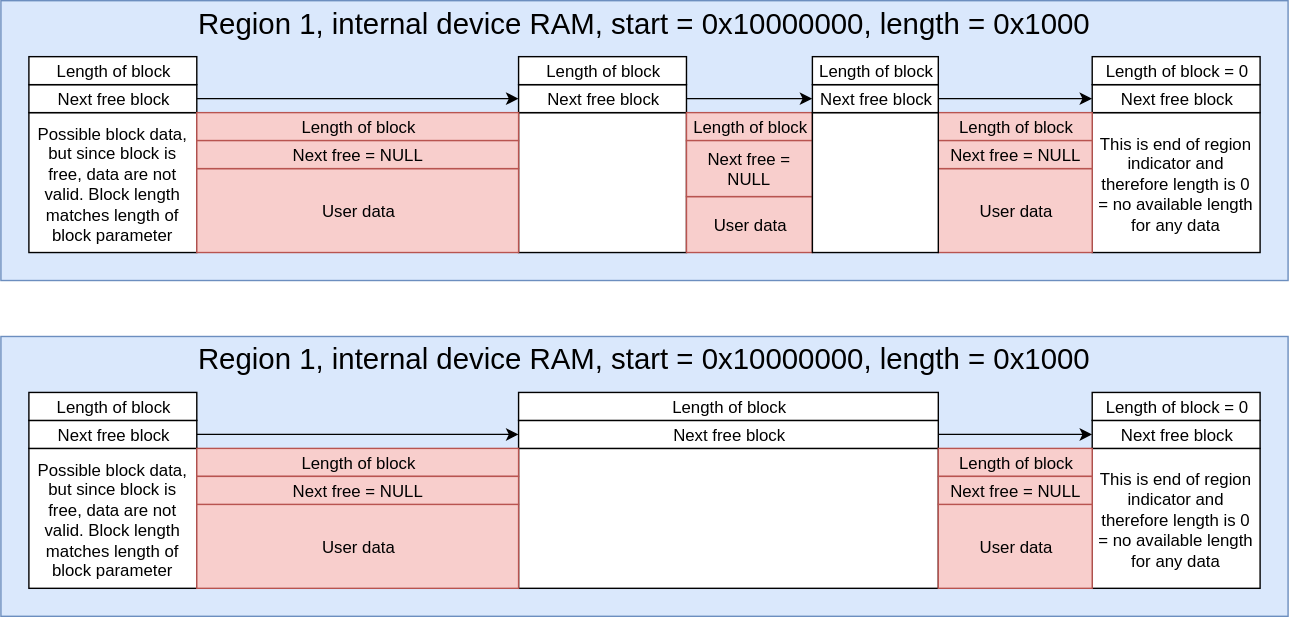
Earlier version of the draw.io export docs/src/memory_manager_structure_freeing.svg (gopimn/GSM_AT_Lib_res). Source tidied: cells renumbered, new cells last; positions are measured from the earlier drawing's top-left corner, leaving out a move shared by most shapes.
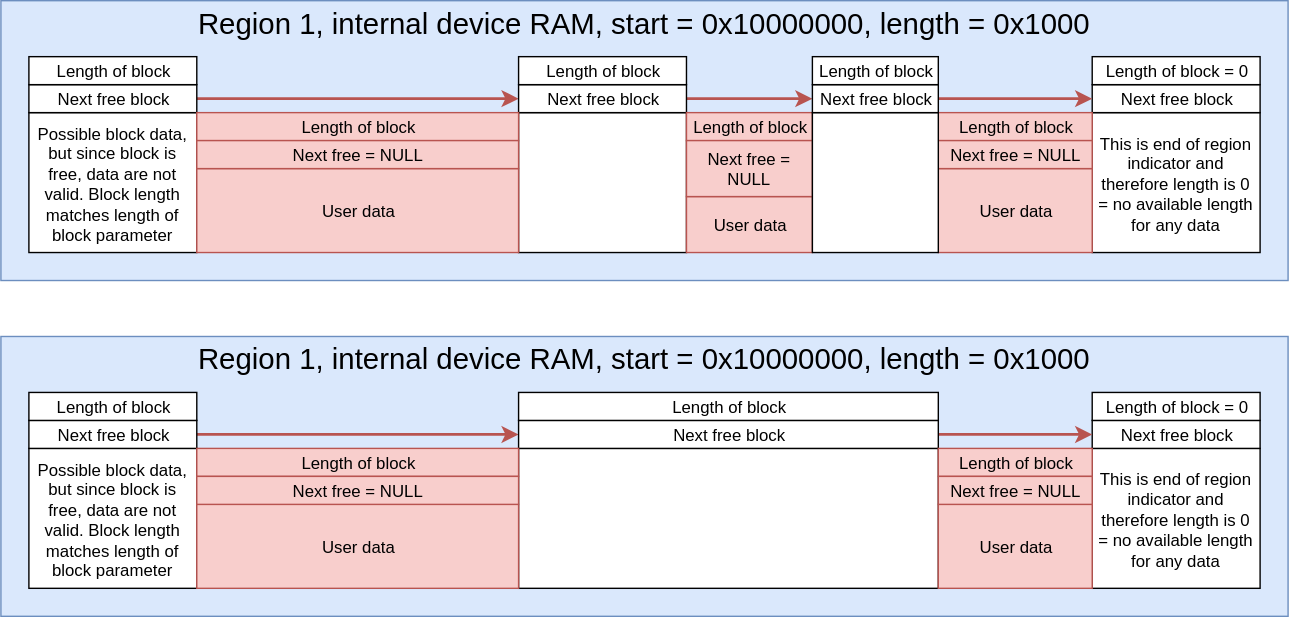
After the commit.

What changed in the source:
```diff
@@ -11,7 +11,7 @@
     <mxCell id="4" value="Possible block data, but since block is free, data are not valid. Block length matches length of block parameter" style="rounded=0;whiteSpace=wrap;html=1;fontSize=12;" parent="1" vertex="1">
       <mxGeometry x="20" y="80" width="120" height="100" as="geometry" />
     </mxCell>
-    <mxCell id="5" style="edgeStyle=orthogonalEdgeStyle;rounded=0;html=1;exitX=1;exitY=0.5;entryX=0;entryY=0.5;jettySize=auto;fontSize=12;" parent="1" edge="1" source="6" target="13">
+    <mxCell id="5" style="edgeStyle=orthogonalEdgeStyle;rounded=0;html=1;exitX=1;exitY=0.5;entryX=0;entryY=0.5;jettySize=auto;fontSize=12;fillColor=#f8cecc;strokeColor=#b85450;strokeWidth=2;" parent="1" edge="1" source="6" target="13">
       <mxGeometry relative="1" as="geometry" />
     </mxCell>
     <mxCell id="6" value="Next free block" style="rounded=0;whiteSpace=wrap;html=1;fontSize=12;" parent="1" vertex="1">
@@ -32,7 +32,7 @@
     <mxCell id="11" style="rounded=0;whiteSpace=wrap;html=1;fontSize=12;" parent="1" vertex="1">
       <mxGeometry x="370" y="80" width="120" height="100" as="geometry" />
     </mxCell>
-    <mxCell id="12" style="edgeStyle=orthogonalEdgeStyle;rounded=0;html=1;exitX=1;exitY=0.5;entryX=0;entryY=0.5;jettySize=auto;fontSize=12;" parent="1" edge="1" source="13" target="45">
+    <mxCell id="12" style="edgeStyle=orthogonalEdgeStyle;rounded=0;html=1;exitX=1;exitY=0.5;entryX=0;entryY=0.5;jettySize=auto;fontSize=12;fillColor=#f8cecc;strokeColor=#b85450;strokeWidth=2;" parent="1" edge="1" source="13" target="45">
       <mxGeometry relative="1" as="geometry" />
     </mxCell>
     <mxCell id="13" value="Next free block" style="rounded=0;whiteSpace=wrap;html=1;fontSize=12;" parent="1" vertex="1">
@@ -77,7 +77,7 @@
     <mxCell id="26" value="Possible block data, but since block is free, data are not valid. Block length matches length of block parameter" style="rounded=0;whiteSpace=wrap;html=1;fontSize=12;" parent="1" vertex="1">
       <mxGeometry x="20" y="320" width="120" height="100" as="geometry" />
     </mxCell>
-    <mxCell id="27" style="edgeStyle=orthogonalEdgeStyle;rounded=0;html=1;exitX=1;exitY=0.5;entryX=0;entryY=0.5;jettySize=auto;fontSize=12;" parent="1" edge="1" source="28" target="35">
+    <mxCell id="27" style="edgeStyle=orthogonalEdgeStyle;rounded=0;html=1;exitX=1;exitY=0.5;entryX=0;entryY=0.5;jettySize=auto;fontSize=12;fillColor=#f8cecc;strokeColor=#b85450;strokeWidth=2;" parent="1" edge="1" source="28" target="35">
       <mxGeometry relative="1" as="geometry" />
     </mxCell>
     <mxCell id="28" value="Next free block" style="rounded=0;whiteSpace=wrap;html=1;fontSize=12;" parent="1" vertex="1">
@@ -98,7 +98,7 @@
     <mxCell id="33" style="rounded=0;whiteSpace=wrap;html=1;fontSize=12;" parent="1" vertex="1">
       <mxGeometry x="370" y="320" width="300" height="100" as="geometry" />
     </mxCell>
-    <mxCell id="34" style="edgeStyle=orthogonalEdgeStyle;rounded=0;html=1;exitX=1;exitY=0.5;entryX=0;entryY=0.5;jettySize=auto;fontSize=12;" parent="1" edge="1" source="35" target="31">
+    <mxCell id="34" style="edgeStyle=orthogonalEdgeStyle;rounded=0;html=1;exitX=1;exitY=0.5;entryX=0;entryY=0.5;jettySize=auto;fontSize=12;fillColor=#f8cecc;strokeColor=#b85450;strokeWidth=2;" parent="1" edge="1" source="35" target="31">
       <mxGeometry relative="1" as="geometry" />
     </mxCell>
     <mxCell id="35" value="Next free block" style="rounded=0;whiteSpace=wrap;html=1;fontSize=12;" parent="1" vertex="1">
@@ -128,7 +128,7 @@
     <mxCell id="43" style="rounded=0;whiteSpace=wrap;html=1;fontSize=12;" parent="1" vertex="1">
       <mxGeometry x="580" y="80" width="90" height="100" as="geometry" />
     </mxCell>
-    <mxCell id="44" style="edgeStyle=orthogonalEdgeStyle;rounded=0;html=1;exitX=1;exitY=0.5;entryX=0;entryY=0.5;jettySize=auto;fontSize=12;" parent="1" edge="1" source="45" target="9">
+    <mxCell id="44" style="edgeStyle=orthogonalEdgeStyle;rounded=0;html=1;exitX=1;exitY=0.5;entryX=0;entryY=0.5;jettySize=auto;fontSize=12;fillColor=#f8cecc;strokeColor=#b85450;strokeWidth=2;" parent="1" edge="1" source="45" target="9">
       <mxGeometry relative="1" as="geometry" />
     </mxCell>
     <mxCell id="45" value="Next free block" style="rounded=0;whiteSpace=wrap;html=1;fontSize=12;" parent="1" vertex="1">
```
